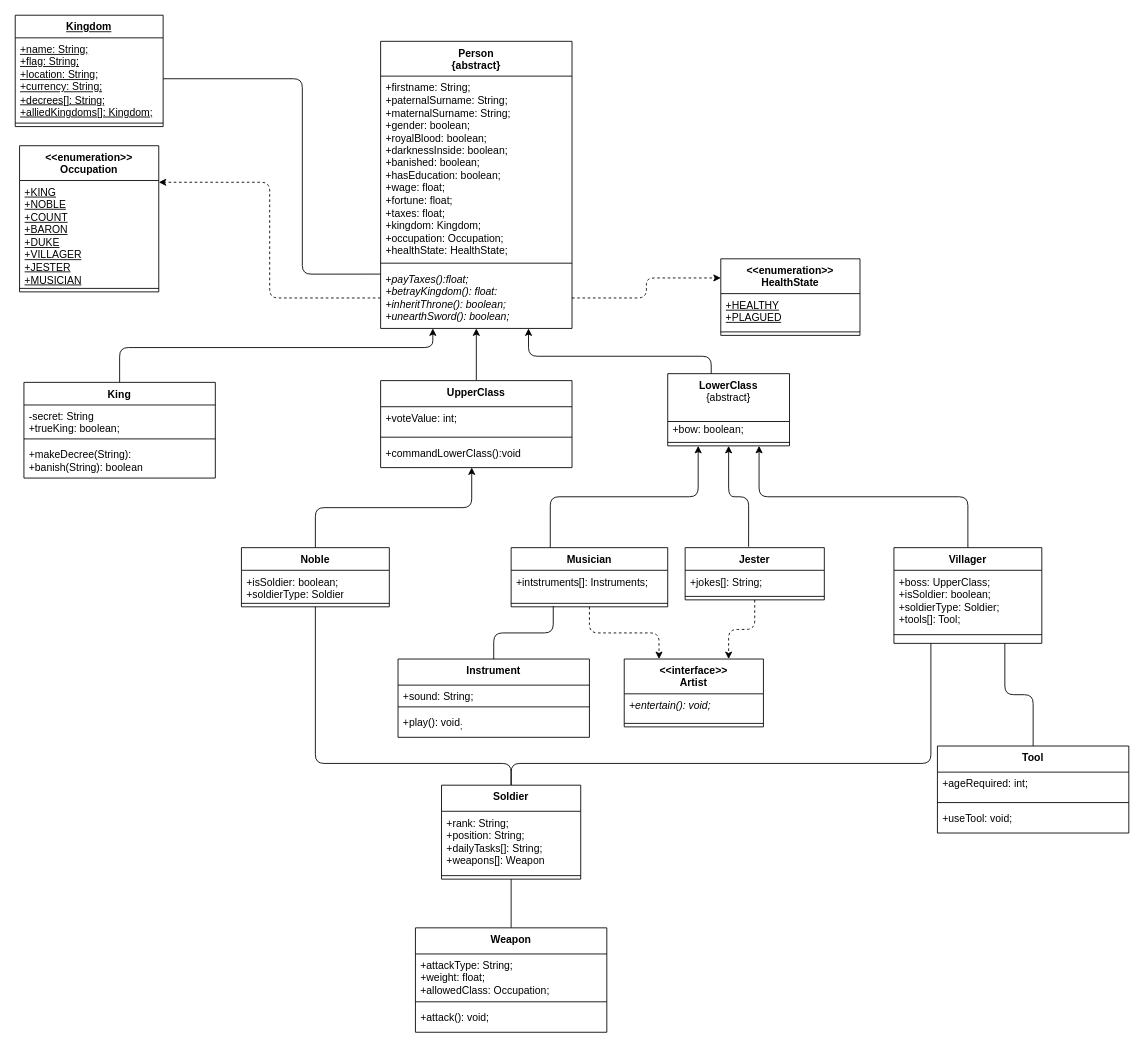
This is UML_Class_Diagram.drawio from xmr-p/Kingdom-Overview-OOP, a draw.io file, before an edit. Source tidied: cells renumbered, new cells numbered last; positions are measured from the earlier drawing's top-left corner, leaving out a move shared by most shapes. Both pictures are drawn from the tidied source at 87%, with x=0, y=0 at pixel (15, 15).
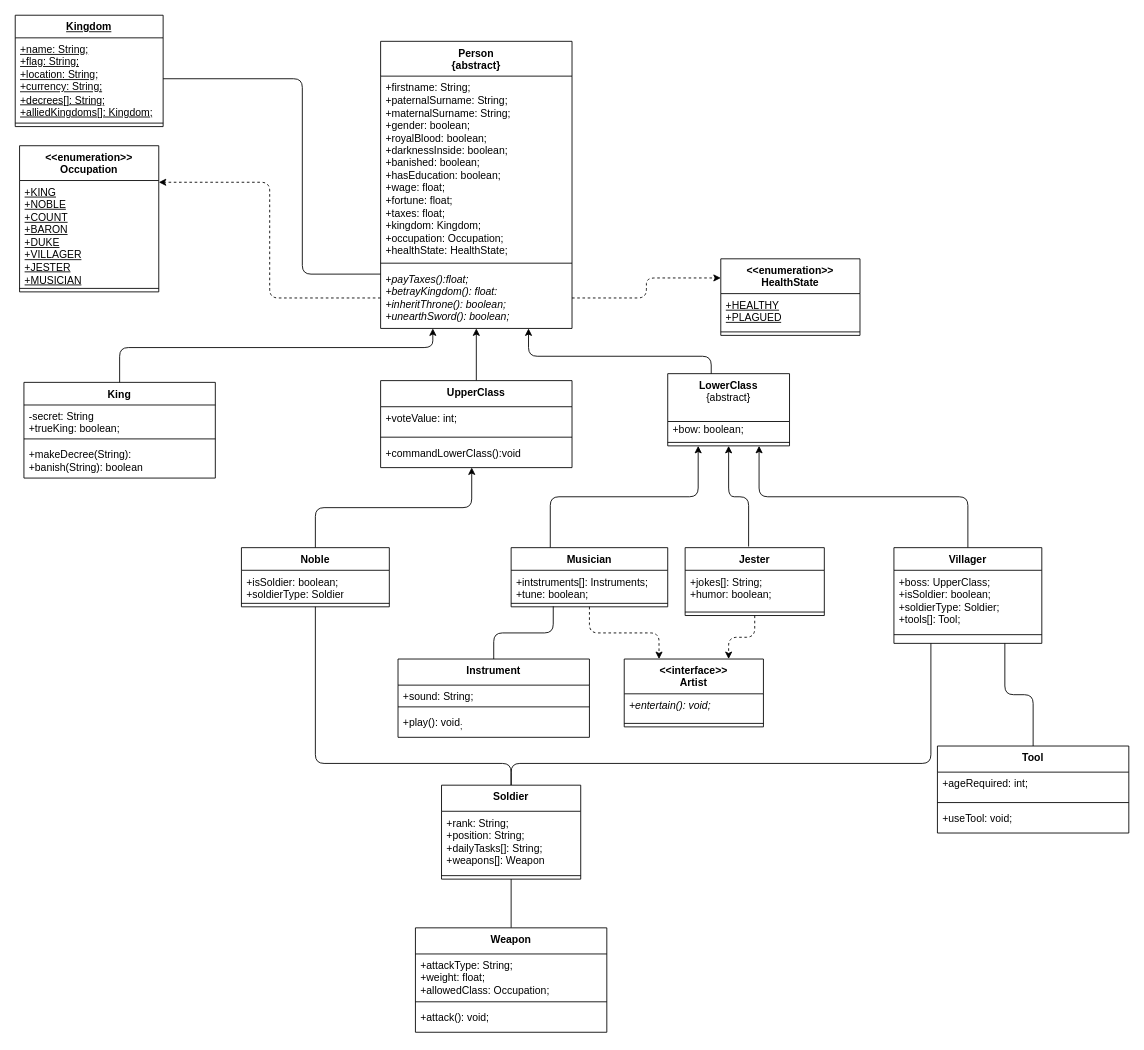
Above is the later version.

Unchanged cells that the change refers to:
```xml
<mxCell id="11" value="Musician" style="swimlane;fontStyle=1;align=center;verticalAlign=top;horizontal=1;startSize=26;whiteSpace=wrap;html=1;" parent="1" vertex="1">
  <mxGeometry x="570" y="612" width="180" height="68" as="geometry" />
</mxCell>
```

The edit, as a diff of the source:
```diff
@@
-    <mxCell id="12" value="+intstruments[]: Instruments;" style="text;strokeColor=none;fillColor=none;align=left;verticalAlign=top;spacingLeft=4;spacingRight=4;overflow=hidden;whiteSpace=wrap;html=1;" parent="11" vertex="1">
+    <mxCell id="12" value="+intstruments[]: Instruments;&lt;div&gt;+tune: boolean;&lt;/div&gt;" style="text;strokeColor=none;fillColor=none;align=left;verticalAlign=top;spacingLeft=4;spacingRight=4;overflow=hidden;whiteSpace=wrap;html=1;" parent="11" vertex="1">
       <mxGeometry y="26" width="180" height="34" as="geometry" />
     </mxCell>
@@
     <mxCell id="15" value="Jester" style="swimlane;fontStyle=1;align=center;verticalAlign=top;horizontal=1;startSize=26;whiteSpace=wrap;html=1;" parent="1" vertex="1">
-      <mxGeometry x="770" y="612" width="160" height="60" as="geometry" />
+      <mxGeometry x="770" y="612" width="160" height="78" as="geometry" />
     </mxCell>
-    <mxCell id="16" value="+jokes[]: String;" style="text;strokeColor=none;fillColor=none;align=left;verticalAlign=top;spacingLeft=4;spacingRight=4;overflow=hidden;whiteSpace=wrap;html=1;" parent="15" vertex="1">
-      <mxGeometry y="26" width="160" height="26" as="geometry" />
+    <mxCell id="16" value="+jokes[]: String;&lt;div&gt;+humor: boolean;&lt;/div&gt;" style="text;strokeColor=none;fillColor=none;align=left;verticalAlign=top;spacingLeft=4;spacingRight=4;overflow=hidden;whiteSpace=wrap;html=1;" parent="15" vertex="1">
+      <mxGeometry y="26" width="160" height="44" as="geometry" />
     </mxCell>
     <mxCell id="17" style="line;strokeWidth=1;fillColor=none;align=left;verticalAlign=middle;spacingTop=-1;spacingLeft=3;spacingRight=3;labelPosition=right;strokeColor=inherit;" parent="15" vertex="1">
-      <mxGeometry y="52" width="160" height="8" as="geometry" />
+      <mxGeometry y="70" width="160" height="8" as="geometry" />
     </mxCell>
```
